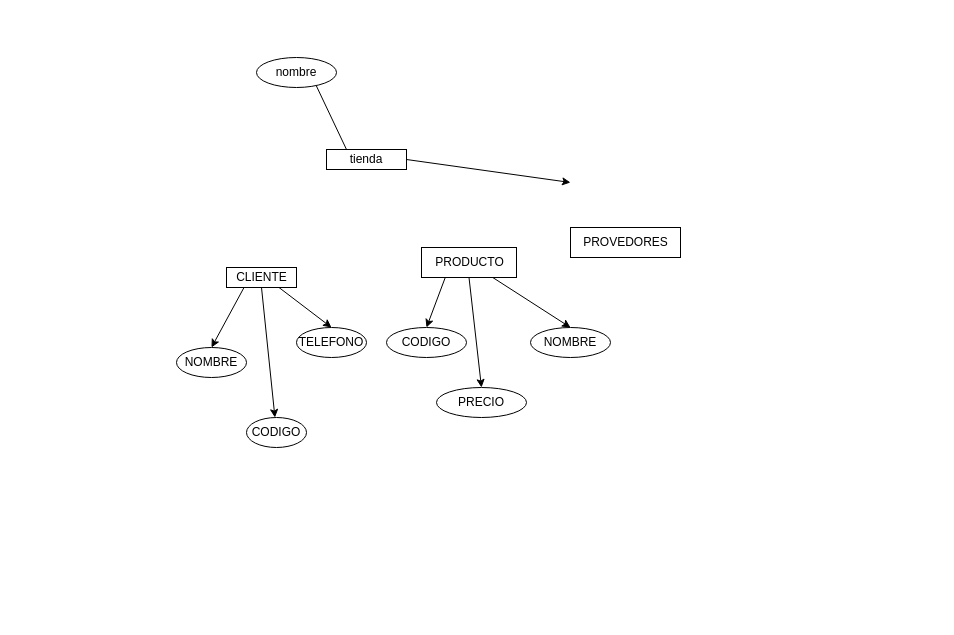
This is DIAGRAMA/Diagrama tienda.drawio from MAB288/fundamentos_de_base_de_datos_Maviel_Martinez, a draw.io file, before an edit. Source tidied: cells renumbered, new cells numbered last; positions are measured from the earlier drawing's top-left corner, leaving out a move shared by most shapes. Both pictures are drawn from the tidied source at 100%, with x=0, y=0 at pixel (176, 57).
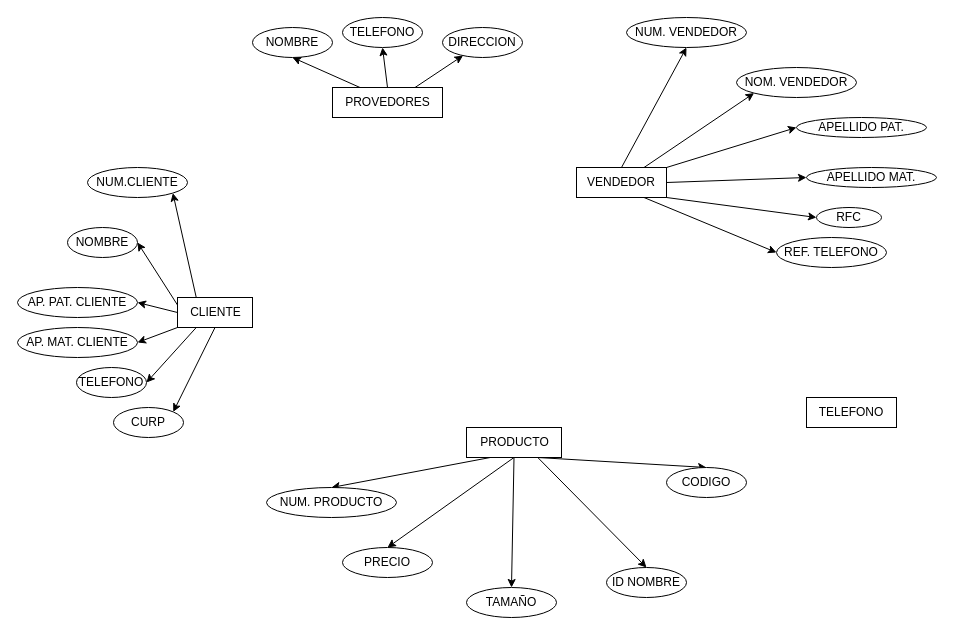
After the change.

Commit message (it also covers changes not shown here):
CANBIO EN LA ESTRUCTURA DEL DIAGRAMA

What changed in the source:
```diff
@@
-    <mxCell id="2" value="nombre" style="ellipse;whiteSpace=wrap;html=1;" parent="1" vertex="1">
-      <mxGeometry x="80" width="80" height="30" as="geometry" />
-    </mxCell>
-    <mxCell id="3" style="edgeStyle=none;html=1;exitX=1;exitY=0.5;exitDx=0;exitDy=0;entryX=0;entryY=0.5;entryDx=0;entryDy=0;" parent="1" edge="1" source="4">
-      <mxGeometry relative="1" as="geometry">
-        <mxPoint x="394" y="125" as="targetPoint" />
-      </mxGeometry>
-    </mxCell>
-    <mxCell id="4" value="&amp;nbsp;tienda&amp;nbsp;" style="rounded=0;whiteSpace=wrap;html=1;" parent="1" vertex="1">
-      <mxGeometry x="150" y="92" width="80" height="20" as="geometry" />
-    </mxCell>
-    <mxCell id="5" style="endArrow=none;html=1;rounded=0;entryX=0.25;entryY=0;entryDx=0;entryDy=0;exitX=0.749;exitY=0.95;exitDx=0;exitDy=0;exitPerimeter=0;" parent="1" edge="1" source="2" target="4">
-      <mxGeometry relative="1" as="geometry" />
-    </mxCell>
+    <mxCell id="8" style="edgeStyle=none;html=1;exitX=0.25;exitY=0;exitDx=0;exitDy=0;entryX=1;entryY=1;entryDx=0;entryDy=0;" parent="1" edge="1" source="9" target="17">
+      <mxGeometry relative="1" as="geometry" />
+    </mxCell>
-    <mxCell id="6" style="edgeStyle=none;html=1;exitX=0.25;exitY=1;exitDx=0;exitDy=0;entryX=0.5;entryY=0;entryDx=0;entryDy=0;" parent="1" edge="1" source="9" target="15">
+    <mxCell id="6" style="edgeStyle=none;html=1;exitX=0;exitY=0.25;exitDx=0;exitDy=0;entryX=1;entryY=0.5;entryDx=0;entryDy=0;" parent="1" edge="1" source="9" target="15">
       <mxGeometry relative="1" as="geometry" />
     </mxCell>
-    <mxCell id="7" style="edgeStyle=none;html=1;exitX=0.75;exitY=1;exitDx=0;exitDy=0;entryX=0.5;entryY=0;entryDx=0;entryDy=0;" parent="1" edge="1" source="9" target="16">
+    <mxCell id="7" style="edgeStyle=none;html=1;exitX=0.25;exitY=1;exitDx=0;exitDy=0;entryX=1;entryY=0.5;entryDx=0;entryDy=0;" parent="1" edge="1" source="9" target="16">
       <mxGeometry relative="1" as="geometry" />
     </mxCell>
-    <mxCell id="8" style="edgeStyle=none;html=1;exitX=0.5;exitY=1;exitDx=0;exitDy=0;" parent="1" edge="1" source="9" target="17">
-      <mxGeometry relative="1" as="geometry" />
-    </mxCell>
+    <mxCell id="21" style="edgeStyle=none;html=1;exitX=0.5;exitY=1;exitDx=0;exitDy=0;entryX=1;entryY=0;entryDx=0;entryDy=0;" parent="1" edge="1" source="9" target="32">
+      <mxGeometry relative="1" as="geometry" />
+    </mxCell>
+    <mxCell id="22" style="edgeStyle=none;html=1;exitX=0;exitY=0.5;exitDx=0;exitDy=0;entryX=1;entryY=0.5;entryDx=0;entryDy=0;" parent="1" edge="1" source="9" target="33">
+      <mxGeometry relative="1" as="geometry" />
+    </mxCell>
+    <mxCell id="23" style="edgeStyle=none;html=1;exitX=0;exitY=1;exitDx=0;exitDy=0;entryX=1;entryY=0.5;entryDx=0;entryDy=0;" parent="1" edge="1" source="9" target="34">
+      <mxGeometry relative="1" as="geometry" />
+    </mxCell>
     <mxCell id="9" value="CLIENTE" style="html=1;" parent="1" vertex="1">
-      <mxGeometry x="50" y="210" width="70" height="20" as="geometry" />
+      <mxGeometry x="1" y="240" width="75" height="30" as="geometry" />
     </mxCell>
@@
+    <mxCell id="24" style="edgeStyle=none;html=1;exitX=0.5;exitY=1;exitDx=0;exitDy=0;entryX=0.5;entryY=0;entryDx=0;entryDy=0;" parent="1" edge="1" source="13" target="42">
+      <mxGeometry relative="1" as="geometry" />
+    </mxCell>
+    <mxCell id="25" style="edgeStyle=none;html=1;exitX=0.75;exitY=1;exitDx=0;exitDy=0;entryX=0.5;entryY=0;entryDx=0;entryDy=0;" parent="1" edge="1" source="13" target="43">
+      <mxGeometry relative="1" as="geometry" />
+    </mxCell>
     <mxCell id="13" value="PRODUCTO" style="html=1;" parent="1" vertex="1">
-      <mxGeometry x="245" y="190" width="95" height="30" as="geometry" />
+      <mxGeometry x="290" y="370" width="95" height="30" as="geometry" />
     </mxCell>
+    <mxCell id="26" style="edgeStyle=none;html=1;exitX=0.5;exitY=0;exitDx=0;exitDy=0;entryX=0.5;entryY=1;entryDx=0;entryDy=0;" parent="1" edge="1" source="14" target="30">
+      <mxGeometry relative="1" as="geometry" />
+    </mxCell>
+    <mxCell id="27" style="edgeStyle=none;html=1;exitX=0.75;exitY=0;exitDx=0;exitDy=0;" parent="1" edge="1" source="14" target="31">
+      <mxGeometry relative="1" as="geometry" />
+    </mxCell>
+    <mxCell id="28" style="edgeStyle=none;html=1;exitX=0.25;exitY=0;exitDx=0;exitDy=0;entryX=0.5;entryY=1;entryDx=0;entryDy=0;" parent="1" edge="1" source="14" target="29">
+      <mxGeometry relative="1" as="geometry" />
+    </mxCell>
     <mxCell id="14" value="PROVEDORES" style="html=1;" parent="1" vertex="1">
-      <mxGeometry x="394" y="170" width="110" height="30" as="geometry" />
+      <mxGeometry x="156" y="30" width="110" height="30" as="geometry" />
     </mxCell>
     <mxCell id="15" value="NOMBRE" style="ellipse;whiteSpace=wrap;html=1;" parent="1" vertex="1">
-      <mxGeometry y="290" width="70" height="30" as="geometry" />
+      <mxGeometry x="-109" y="170" width="70" height="30" as="geometry" />
     </mxCell>
     <mxCell id="16" value="TELEFONO" style="ellipse;whiteSpace=wrap;html=1;" parent="1" vertex="1">
-      <mxGeometry x="120" y="270" width="70" height="30" as="geometry" />
+      <mxGeometry x="-100" y="310" width="70" height="30" as="geometry" />
     </mxCell>
-    <mxCell id="17" value="CODIGO" style="ellipse;whiteSpace=wrap;html=1;" parent="1" vertex="1">
-      <mxGeometry x="70" y="360" width="60" height="30" as="geometry" />
+    <mxCell id="17" value="NUM.CLIENTE" style="ellipse;whiteSpace=wrap;html=1;" parent="1" vertex="1">
+      <mxGeometry x="-89" y="110" width="100" height="30" as="geometry" />
     </mxCell>
-    <mxCell id="18" value="CODIGO" style="ellipse;whiteSpace=wrap;html=1;" parent="1" vertex="1">
-      <mxGeometry x="210" y="270" width="80" height="30" as="geometry" />
+    <mxCell id="18" value="NUM. PRODUCTO" style="ellipse;whiteSpace=wrap;html=1;" parent="1" vertex="1">
+      <mxGeometry x="90" y="430" width="130" height="30" as="geometry" />
     </mxCell>
-    <mxCell id="19" value="NOMBRE" style="ellipse;whiteSpace=wrap;html=1;" parent="1" vertex="1">
-      <mxGeometry x="354" y="270" width="80" height="30" as="geometry" />
+    <mxCell id="19" value="ID NOMBRE" style="ellipse;whiteSpace=wrap;html=1;" parent="1" vertex="1">
+      <mxGeometry x="430" y="510" width="80" height="30" as="geometry" />
     </mxCell>
     <mxCell id="20" value="PRECIO" style="ellipse;whiteSpace=wrap;html=1;" parent="1" vertex="1">
-      <mxGeometry x="260" y="330" width="90" height="30" as="geometry" />
+      <mxGeometry x="166" y="490" width="90" height="30" as="geometry" />
     </mxCell>
+    <mxCell id="29" value="NOMBRE" style="ellipse;whiteSpace=wrap;html=1;" parent="1" vertex="1">
+      <mxGeometry x="76" y="-30" width="80" height="30" as="geometry" />
+    </mxCell>
+    <mxCell id="30" value="TELEFONO" style="ellipse;whiteSpace=wrap;html=1;" parent="1" vertex="1">
+      <mxGeometry x="166" y="-40" width="80" height="30" as="geometry" />
+    </mxCell>
+    <mxCell id="31" value="DIRECCION" style="ellipse;whiteSpace=wrap;html=1;" parent="1" vertex="1">
+      <mxGeometry x="266" y="-30" width="80" height="30" as="geometry" />
+    </mxCell>
+    <mxCell id="32" value="CURP" style="ellipse;whiteSpace=wrap;html=1;" parent="1" vertex="1">
+      <mxGeometry x="-63" y="350" width="70" height="30" as="geometry" />
+    </mxCell>
+    <mxCell id="33" value="AP. PAT. CLIENTE" style="ellipse;whiteSpace=wrap;html=1;" parent="1" vertex="1">
+      <mxGeometry x="-159" y="230" width="120" height="30" as="geometry" />
+    </mxCell>
+    <mxCell id="34" value="AP. MAT. CLIENTE" style="ellipse;whiteSpace=wrap;html=1;" parent="1" vertex="1">
+      <mxGeometry x="-159" y="270" width="120" height="30" as="geometry" />
+    </mxCell>
+    <mxCell id="35" style="edgeStyle=none;html=1;exitX=0.5;exitY=0;exitDx=0;exitDy=0;entryX=0.5;entryY=1;entryDx=0;entryDy=0;" parent="1" edge="1" source="41" target="44">
+      <mxGeometry relative="1" as="geometry" />
+    </mxCell>
+    <mxCell id="36" style="edgeStyle=none;html=1;exitX=0.75;exitY=0;exitDx=0;exitDy=0;entryX=0;entryY=1;entryDx=0;entryDy=0;" parent="1" edge="1" source="41" target="45">
+      <mxGeometry relative="1" as="geometry" />
+    </mxCell>
+    <mxCell id="37" style="edgeStyle=none;html=1;exitX=1;exitY=0;exitDx=0;exitDy=0;entryX=0;entryY=0.5;entryDx=0;entryDy=0;" parent="1" edge="1" source="41" target="46">
+      <mxGeometry relative="1" as="geometry" />
+    </mxCell>
+    <mxCell id="38" style="edgeStyle=none;html=1;exitX=1;exitY=0.5;exitDx=0;exitDy=0;entryX=0;entryY=0.5;entryDx=0;entryDy=0;" parent="1" edge="1" source="41" target="47">
+      <mxGeometry relative="1" as="geometry" />
+    </mxCell>
+    <mxCell id="39" style="edgeStyle=none;html=1;exitX=1;exitY=1;exitDx=0;exitDy=0;entryX=0;entryY=0.5;entryDx=0;entryDy=0;" parent="1" edge="1" source="41" target="48">
+      <mxGeometry relative="1" as="geometry" />
+    </mxCell>
+    <mxCell id="40" style="edgeStyle=none;html=1;exitX=0.75;exitY=1;exitDx=0;exitDy=0;entryX=0;entryY=0.5;entryDx=0;entryDy=0;" parent="1" edge="1" source="41" target="49">
+      <mxGeometry relative="1" as="geometry" />
+    </mxCell>
+    <mxCell id="41" value="VENDEDOR" style="rounded=0;whiteSpace=wrap;html=1;" parent="1" vertex="1">
+      <mxGeometry x="400" y="110" width="90" height="30" as="geometry" />
+    </mxCell>
+    <mxCell id="42" value="TAMAÑO" style="ellipse;whiteSpace=wrap;html=1;" parent="1" vertex="1">
+      <mxGeometry x="290" y="530" width="90" height="30" as="geometry" />
+    </mxCell>
+    <mxCell id="43" value="CODIGO" style="ellipse;whiteSpace=wrap;html=1;" parent="1" vertex="1">
+      <mxGeometry x="490" y="410" width="80" height="30" as="geometry" />
+    </mxCell>
+    <mxCell id="44" value="NUM. VENDEDOR" style="ellipse;whiteSpace=wrap;html=1;" parent="1" vertex="1">
+      <mxGeometry x="450" y="-40" width="120" height="30" as="geometry" />
+    </mxCell>
+    <mxCell id="45" value="NOM. VENDEDOR" style="ellipse;whiteSpace=wrap;html=1;" parent="1" vertex="1">
+      <mxGeometry x="560" y="10" width="120" height="30" as="geometry" />
+    </mxCell>
+    <mxCell id="46" value="APELLIDO PAT." style="ellipse;whiteSpace=wrap;html=1;" parent="1" vertex="1">
+      <mxGeometry x="620" y="60" width="130" height="20" as="geometry" />
+    </mxCell>
+    <mxCell id="47" value="APELLIDO MAT." style="ellipse;whiteSpace=wrap;html=1;" parent="1" vertex="1">
+      <mxGeometry x="630" y="110" width="130" height="20" as="geometry" />
+    </mxCell>
+    <mxCell id="48" value="RFC" style="ellipse;whiteSpace=wrap;html=1;" parent="1" vertex="1">
+      <mxGeometry x="640" y="150" width="65" height="20" as="geometry" />
+    </mxCell>
+    <mxCell id="49" value="REF. TELEFONO" style="ellipse;whiteSpace=wrap;html=1;" parent="1" vertex="1">
+      <mxGeometry x="600" y="180" width="110" height="30" as="geometry" />
+    </mxCell>
+    <mxCell id="50" value="TELEFONO" style="rounded=0;whiteSpace=wrap;html=1;" parent="1" vertex="1">
+      <mxGeometry x="630" y="340" width="90" height="30" as="geometry" />
+    </mxCell>
```
